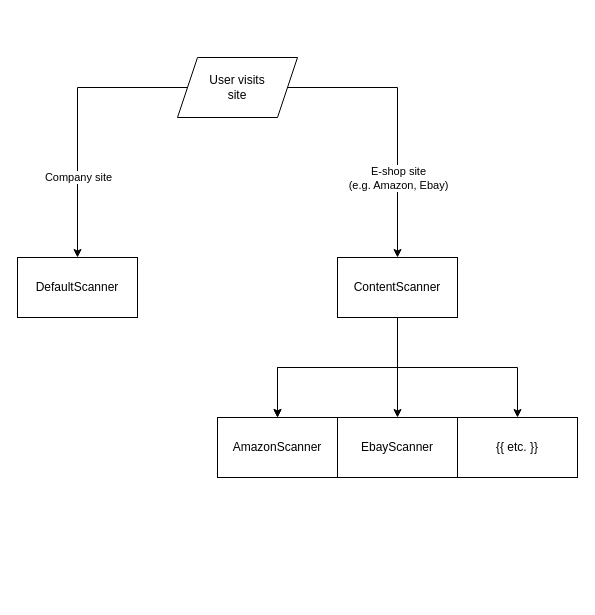
The draw.io diagram docs/architecture-scanner.drawio in schang1146/ClintonCAT, before the edit. Source tidied: cells renumbered, new cells numbered last; positions are measured from the earlier drawing's top-left corner, leaving out a move shared by most shapes. Both pictures are drawn from the tidied source at 100%, with x=0, y=0 at pixel (17, 57).
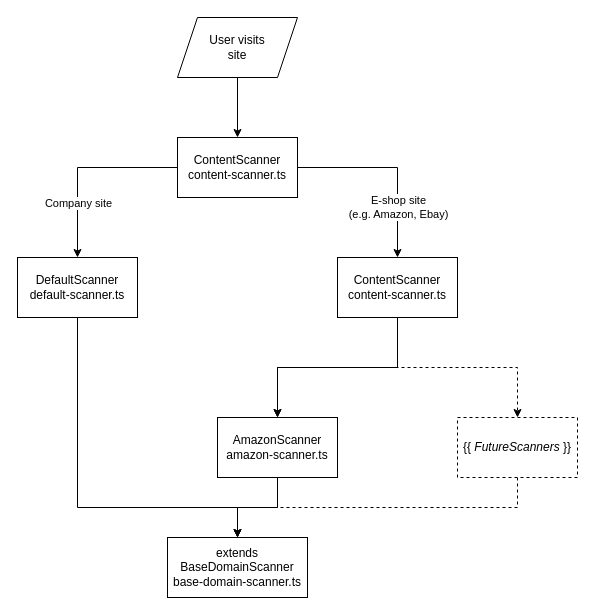
Above is the later version.

Commit message:
Update current scanner architecture

What changed in the source:
```diff
@@
+    <mxCell id="16" style="edgeStyle=orthogonalEdgeStyle;rounded=0;jettySize=auto;html=1;entryX=0.5;entryY=0;entryDx=0;entryDy=0;" parent="1" edge="1" source="2" target="21">
+      <mxGeometry relative="1" as="geometry">
+        <Array as="points">
+          <mxPoint x="60" y="450" />
+          <mxPoint x="220" y="450" />
+        </Array>
+      </mxGeometry>
+    </mxCell>
-    <mxCell id="2" value="DefaultScanner" style="rounded=0;whiteSpace=wrap;html=1;" parent="1" vertex="1">
+    <mxCell id="2" value="&lt;div&gt;DefaultScanner&lt;/div&gt;&lt;div&gt;default-scanner.ts&lt;/div&gt;" style="rounded=0;whiteSpace=wrap;html=1;" parent="1" vertex="1">
       <mxGeometry y="200" width="120" height="60" as="geometry" />
     </mxCell>
-    <mxCell id="3" style="edgeStyle=orthogonalEdgeStyle;rounded=0;jettySize=auto;html=1;entryX=0.5;entryY=0;entryDx=0;entryDy=0;" parent="1" edge="1" source="7" target="2">
+    <mxCell id="3" style="edgeStyle=orthogonalEdgeStyle;rounded=0;jettySize=auto;html=1;entryX=0.5;entryY=0;entryDx=0;entryDy=0;exitX=0;exitY=0.5;exitDx=0;exitDy=0;" parent="1" edge="1" source="20" target="2">
       <mxGeometry relative="1" as="geometry" />
     </mxCell>
@@
-    <mxCell id="5" style="edgeStyle=orthogonalEdgeStyle;rounded=0;jettySize=auto;html=1;entryX=0.5;entryY=0;entryDx=0;entryDy=0;" parent="1" edge="1" source="7" target="12">
+    <mxCell id="5" style="edgeStyle=orthogonalEdgeStyle;rounded=0;jettySize=auto;html=1;entryX=0.5;entryY=0;entryDx=0;entryDy=0;exitX=1;exitY=0.5;exitDx=0;exitDy=0;" parent="1" edge="1" source="20" target="12">
       <mxGeometry relative="1" as="geometry" />
     </mxCell>
@@
+    <mxCell id="17" style="edgeStyle=orthogonalEdgeStyle;rounded=0;jettySize=auto;html=1;" parent="1" edge="1" source="7" target="20">
+      <mxGeometry relative="1" as="geometry" />
+    </mxCell>
     <mxCell id="7" value="&lt;div&gt;User visits&lt;/div&gt;&lt;div&gt;site&lt;/div&gt;" style="shape=parallelogram;perimeter=parallelogramPerimeter;whiteSpace=wrap;html=1;fixedSize=1;" parent="1" vertex="1">
-      <mxGeometry x="160" width="120" height="60" as="geometry" />
+      <mxGeometry x="160" y="-40" width="120" height="60" as="geometry" />
     </mxCell>
@@
-    <mxCell id="10" style="edgeStyle=orthogonalEdgeStyle;rounded=0;jettySize=auto;html=1;" parent="1" edge="1" source="12" target="14">
-      <mxGeometry relative="1" as="geometry" />
-    </mxCell>
-    <mxCell id="11" style="edgeStyle=orthogonalEdgeStyle;rounded=0;jettySize=auto;html=1;entryX=0.5;entryY=0;entryDx=0;entryDy=0;" parent="1" edge="1" source="12" target="15">
+    <mxCell id="11" style="edgeStyle=orthogonalEdgeStyle;rounded=0;jettySize=auto;html=1;entryX=0.5;entryY=0;entryDx=0;entryDy=0;dashed=1;" parent="1" edge="1" source="12" target="15">
       <mxGeometry relative="1" as="geometry" />
     </mxCell>
-    <mxCell id="12" value="ContentScanner" style="rounded=0;whiteSpace=wrap;html=1;" parent="1" vertex="1">
+    <mxCell id="12" value="&lt;div&gt;ContentScanner&lt;/div&gt;&lt;div&gt;content-scanner.ts&lt;/div&gt;" style="rounded=0;whiteSpace=wrap;html=1;" parent="1" vertex="1">
       <mxGeometry x="320" y="200" width="120" height="60" as="geometry" />
     </mxCell>
+    <mxCell id="18" style="edgeStyle=orthogonalEdgeStyle;rounded=0;jettySize=auto;html=1;entryX=0.5;entryY=0;entryDx=0;entryDy=0;" parent="1" edge="1" source="13" target="21">
+      <mxGeometry relative="1" as="geometry" />
+    </mxCell>
-    <mxCell id="13" value="AmazonScanner" style="rounded=0;whiteSpace=wrap;html=1;" parent="1" vertex="1">
+    <mxCell id="13" value="&lt;div&gt;AmazonScanner&lt;/div&gt;&lt;div&gt;amazon-scanner.ts&lt;/div&gt;" style="rounded=0;whiteSpace=wrap;html=1;" parent="1" vertex="1">
       <mxGeometry x="200" y="360" width="120" height="60" as="geometry" />
     </mxCell>
-    <mxCell id="14" value="EbayScanner" style="whiteSpace=wrap;html=1;rounded=0;" parent="1" vertex="1">
-      <mxGeometry x="320" y="360" width="120" height="60" as="geometry" />
-    </mxCell>
+    <mxCell id="19" style="edgeStyle=orthogonalEdgeStyle;rounded=0;jettySize=auto;html=1;entryX=0.5;entryY=0;entryDx=0;entryDy=0;dashed=1;" parent="1" edge="1" source="15" target="21">
+      <mxGeometry relative="1" as="geometry">
+        <Array as="points">
+          <mxPoint x="500" y="450" />
+          <mxPoint x="220" y="450" />
+        </Array>
+      </mxGeometry>
+    </mxCell>
-    <mxCell id="15" value="{{ etc. }}" style="whiteSpace=wrap;html=1;rounded=0;" parent="1" vertex="1">
+    <mxCell id="15" value="{{&amp;nbsp;&lt;i&gt;FutureScanners&amp;nbsp;&lt;/i&gt;}}" style="whiteSpace=wrap;html=1;rounded=0;dashed=1;" parent="1" vertex="1">
       <mxGeometry x="440" y="360" width="120" height="60" as="geometry" />
     </mxCell>
+    <mxCell id="20" value="&lt;div&gt;ContentScanner&lt;/div&gt;&lt;div&gt;content-scanner.ts&lt;/div&gt;" style="rounded=0;whiteSpace=wrap;html=1;" parent="1" vertex="1">
+      <mxGeometry x="160" y="80" width="120" height="60" as="geometry" />
+    </mxCell>
+    <mxCell id="21" value="&lt;div&gt;extends&lt;/div&gt;&lt;div&gt;BaseDomainScanner&lt;/div&gt;&lt;div&gt;base-domain-scanner.ts&lt;/div&gt;" style="rounded=0;whiteSpace=wrap;html=1;" parent="1" vertex="1">
+      <mxGeometry x="150" y="480" width="140" height="60" as="geometry" />
+    </mxCell>
```
